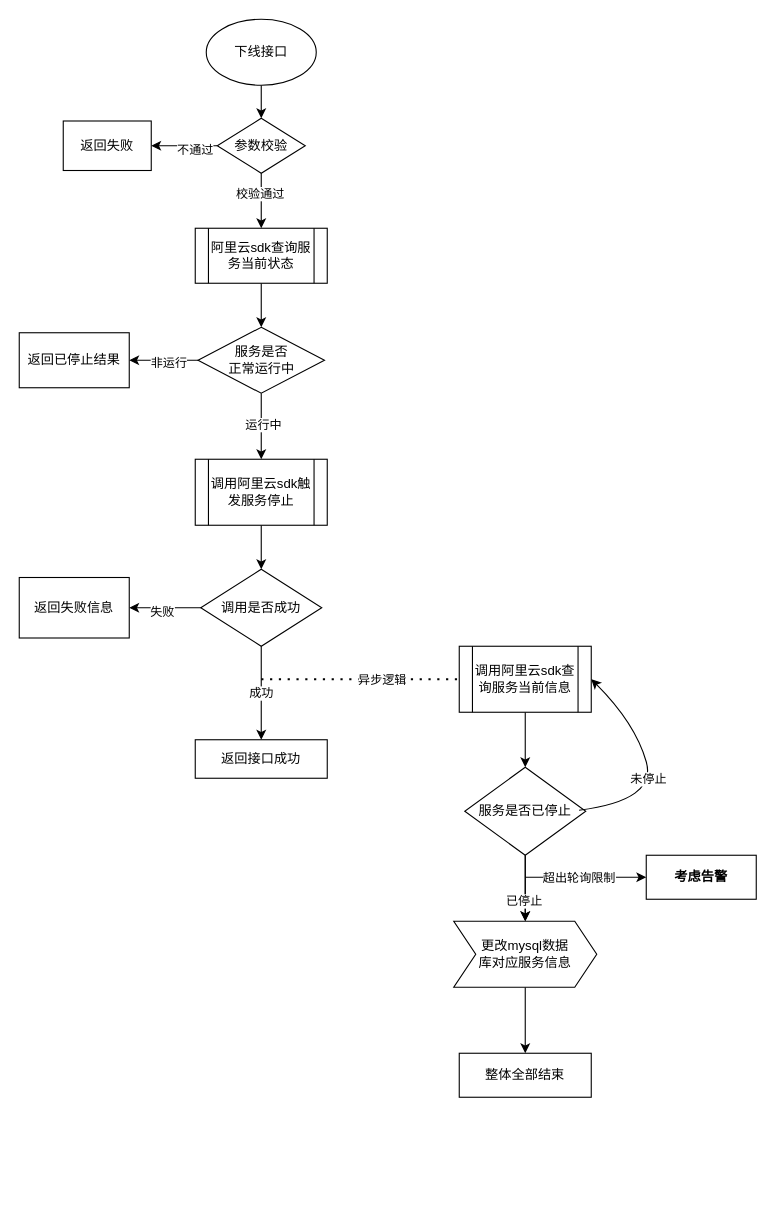
1418956397/JavaWeb-Project-Source-Share keeps this draw.io diagram as 下线pai流程图.drawio. Above is the earlier version. Source tidied: cells renumbered, new cells numbered last; positions are measured from the earlier drawing's top-left corner, leaving out a move shared by most shapes. Both pictures are drawn from the tidied source at 110%, with x=0, y=0 at pixel (19, 19).
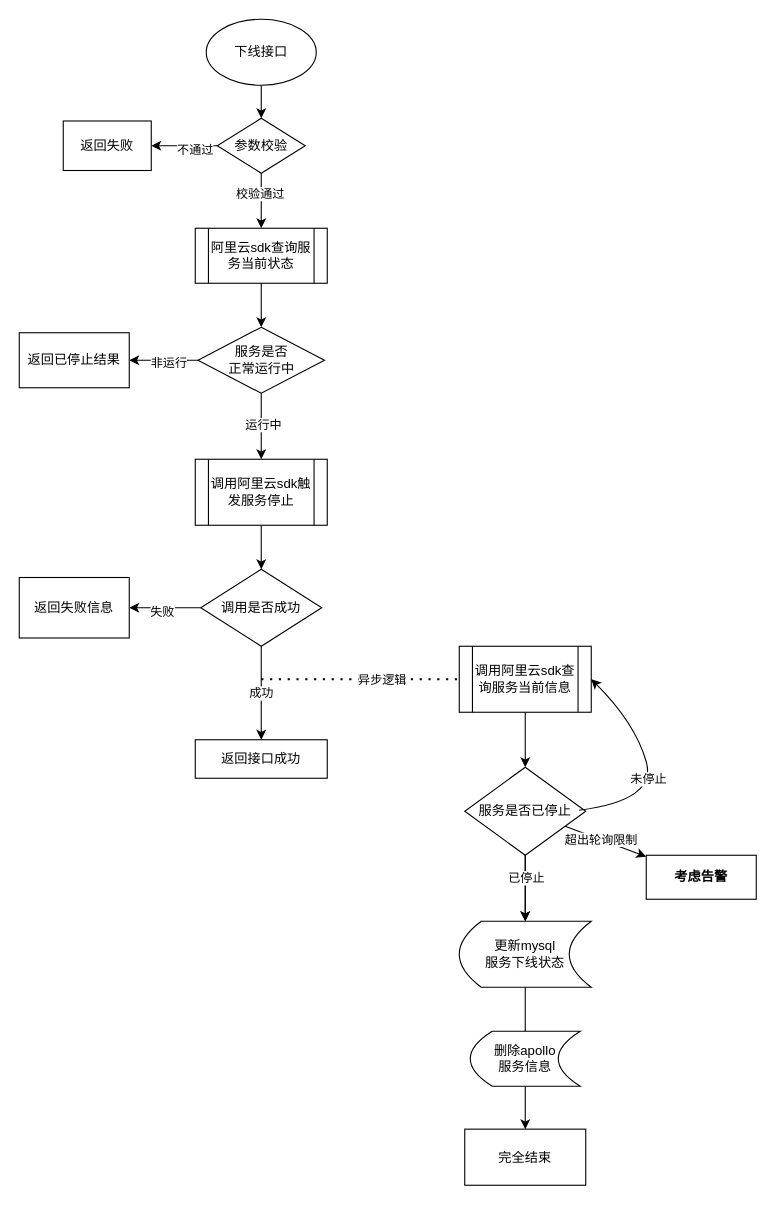
The same diagram, later.

Commit message (it also covers changes not shown here):
更新下线pai流程图.drawio

The change refers to these unchanged cells:
```xml
<mxCell id="33" value="服务是否已停止" style="rhombus;whiteSpace=wrap;html=1;" parent="1" vertex="1">
  <mxGeometry x="405" y="680" width="110" height="80" as="geometry" />
</mxCell>
<mxCell id="38" value="&lt;b&gt;考虑告警&lt;/b&gt;" style="rounded=0;whiteSpace=wrap;html=1;" parent="1" vertex="1">
  <mxGeometry x="570" y="760" width="100" height="40" as="geometry" />
</mxCell>
```

What changed in the source:
```diff
@@
-    <mxCell id="30" style="edgeStyle=orthogonalEdgeStyle;rounded=0;jettySize=auto;html=1;" parent="1" edge="1" source="33" target="37">
-      <mxGeometry relative="1" as="geometry" />
+    <mxCell id="30" style="edgeStyle=orthogonalEdgeStyle;rounded=0;jettySize=auto;html=1;" parent="1" edge="1" source="33">
+      <mxGeometry relative="1" as="geometry">
+        <mxPoint x="460" y="820" as="targetPoint" />
+      </mxGeometry>
     </mxCell>
-    <mxCell id="31" style="edgeStyle=orthogonalEdgeStyle;rounded=0;jettySize=auto;html=1;" parent="1" edge="1" source="33" target="37">
-      <mxGeometry relative="1" as="geometry" />
+    <mxCell id="31" style="edgeStyle=orthogonalEdgeStyle;rounded=0;jettySize=auto;html=1;" parent="1" edge="1" source="33">
+      <mxGeometry relative="1" as="geometry">
+        <mxPoint x="460" y="820" as="targetPoint" />
+      </mxGeometry>
     </mxCell>
     <mxCell id="32" value="已停止" style="edgeLabel;html=1;align=center;verticalAlign=middle;" parent="31" vertex="1">
-      <mxGeometry x="0.37" y="-2" relative="1" as="geometry" />
+      <mxGeometry x="0.37" y="-2" relative="1" as="geometry">
+        <mxPoint x="2" y="-20" as="offset" />
+      </mxGeometry>
     </mxCell>
@@
-    <mxCell id="36" style="edgeStyle=orthogonalEdgeStyle;rounded=0;jettySize=auto;html=1;" parent="1" edge="1" source="37" target="41">
-      <mxGeometry relative="1" as="geometry" />
+    <mxCell id="36" style="edgeStyle=orthogonalEdgeStyle;rounded=0;orthogonalLoop=1;jettySize=auto;html=1;" parent="1" edge="1">
+      <mxGeometry relative="1" as="geometry">
+        <mxPoint x="460" y="880" as="sourcePoint" />
+        <mxPoint x="460" y="940" as="targetPoint" />
+      </mxGeometry>
     </mxCell>
-    <mxCell id="37" value="更改mysql数据&lt;div&gt;库对应服务信息&lt;/div&gt;" style="shape=step;perimeter=stepPerimeter;whiteSpace=wrap;html=1;fixedSize=1;" parent="1" vertex="1">
-      <mxGeometry x="395" y="820" width="130" height="60" as="geometry" />
-    </mxCell>
@@
-    <mxCell id="39" style="endArrow=classic;html=1;rounded=0;" parent="1" edge="1" target="38">
-      <mxGeometry relative="1" as="geometry">
-        <mxPoint x="460" y="780" as="sourcePoint" />
-      </mxGeometry>
+    <mxCell id="39" style="endArrow=classic;html=1;rounded=0;" parent="1" edge="1" source="33" target="38">
+      <mxGeometry relative="1" as="geometry" />
     </mxCell>
@@
-    <mxCell id="41" value="整体全部结束" style="whiteSpace=wrap;html=1;" parent="1" vertex="1">
-      <mxGeometry x="400" y="940" width="120" height="40" as="geometry" />
-    </mxCell>
+    <mxCell id="42" value="更新mysql&lt;div&gt;服务下线状态&lt;/div&gt;" style="shape=dataStorage;whiteSpace=wrap;html=1;fixedSize=1;" parent="1" vertex="1">
+      <mxGeometry x="400" y="820" width="120" height="60" as="geometry" />
+    </mxCell>
+    <mxCell id="43" style="edgeStyle=orthogonalEdgeStyle;rounded=0;jettySize=auto;html=1;" parent="1" edge="1" source="44" target="45">
+      <mxGeometry relative="1" as="geometry" />
+    </mxCell>
+    <mxCell id="44" value="删除apollo&lt;div&gt;服务信息&lt;/div&gt;" style="shape=dataStorage;whiteSpace=wrap;html=1;fixedSize=1;" parent="1" vertex="1">
+      <mxGeometry x="410" y="920" width="100" height="50" as="geometry" />
+    </mxCell>
+    <mxCell id="45" value="完全结束" style="whiteSpace=wrap;html=1;" parent="1" vertex="1">
+      <mxGeometry x="405" y="1009" width="110" height="51" as="geometry" />
+    </mxCell>
```
